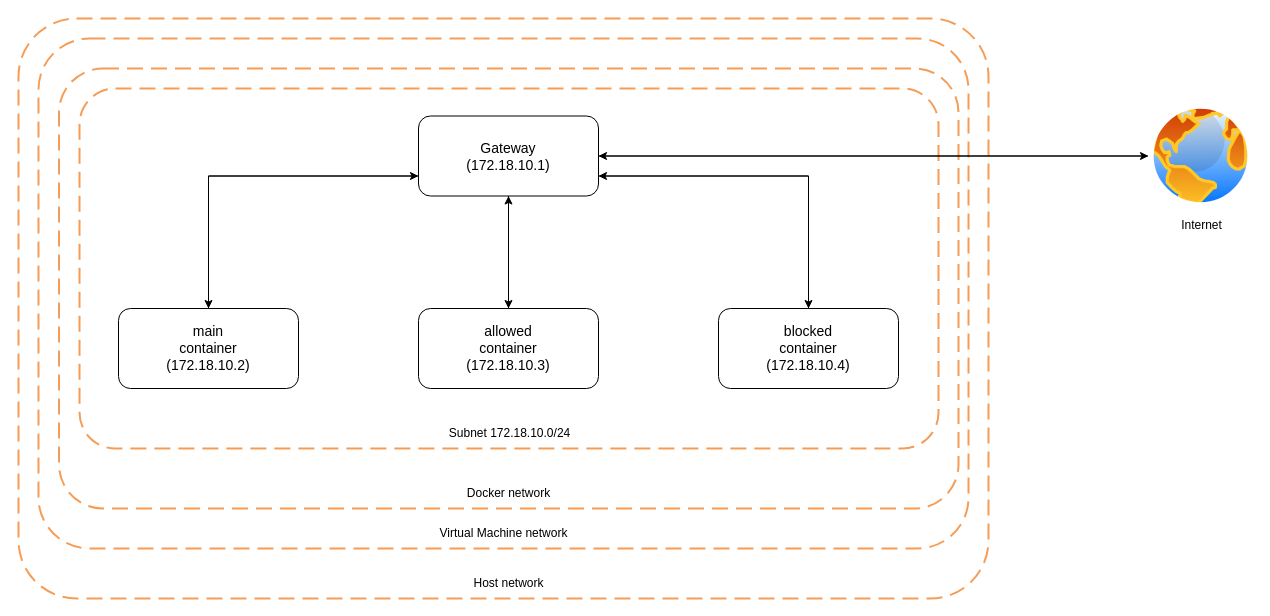
This is page "Page-6" (6 of 6) of Untitled Diagram.drawio from ToanTa0326/next_test, a draw.io file, before an edit. Source tidied: cells renumbered, new cells numbered last; positions are measured from the earlier drawing's top-left corner, leaving out a move shared by most shapes. Both pictures are drawn from the tidied source at 100%, with x=0, y=0 at pixel (18, 18).
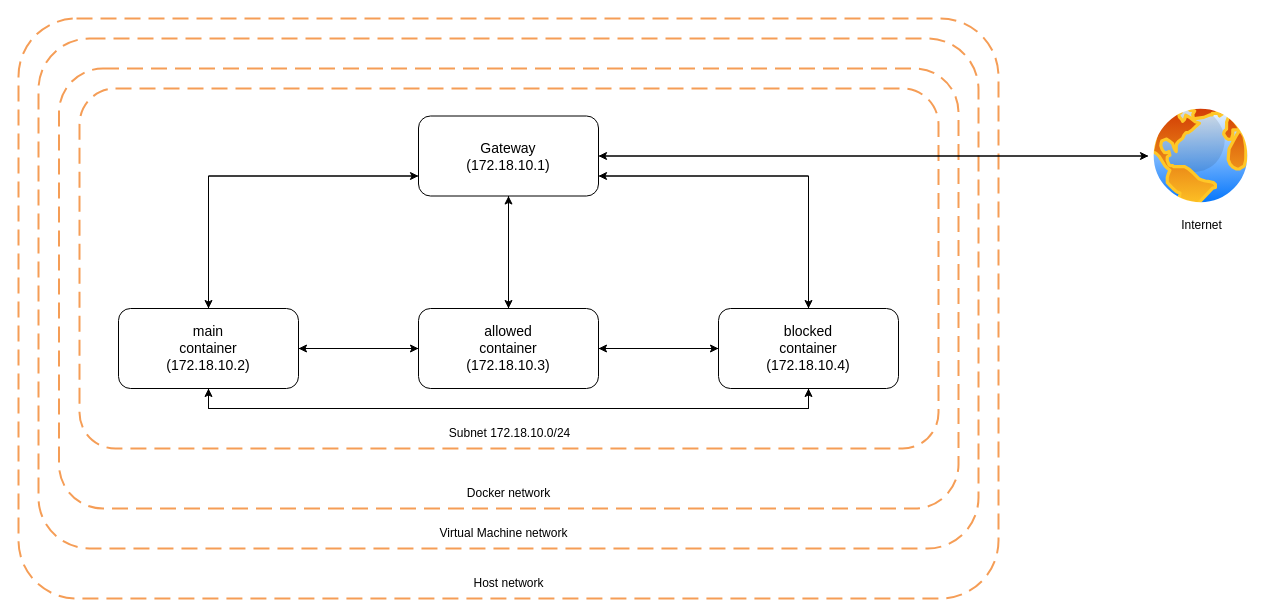
After the change.

Unchanged cells that the change refers to:
```xml
<mxCell id="7" value="&lt;font style=&quot;font-size: 14px;&quot;&gt;main&lt;br&gt;container&lt;br&gt;(172.18.10.2)&lt;/font&gt;" style="rounded=1;whiteSpace=wrap;html=1;" parent="1" vertex="1">
  <mxGeometry x="100" y="290" width="180" height="80" as="geometry" />
</mxCell>
<mxCell id="9" value="&lt;font style=&quot;font-size: 14px;&quot;&gt;allowed&lt;br&gt;container&lt;br&gt;(172.18.10.3)&lt;/font&gt;" style="rounded=1;whiteSpace=wrap;html=1;" parent="1" vertex="1">
  <mxGeometry x="400" y="290" width="180" height="80" as="geometry" />
</mxCell>
<mxCell id="22" value="&lt;font style=&quot;font-size: 14px;&quot;&gt;blocked&lt;br&gt;container&lt;br&gt;(172.18.10.4)&lt;/font&gt;" style="rounded=1;whiteSpace=wrap;html=1;" parent="1" vertex="1">
  <mxGeometry x="700" y="290" width="180" height="80" as="geometry" />
</mxCell>
```

What changed in the source:
```diff
@@
     <mxCell id="2" style="rounded=1;arcSize=10;dashed=1;strokeColor=#F59D56;fillColor=none;gradientColor=none;dashPattern=8 4;strokeWidth=2;" parent="1" vertex="1">
-      <mxGeometry width="970" height="580" as="geometry" />
+      <mxGeometry width="980" height="580" as="geometry" />
     </mxCell>
     <mxCell id="3" style="rounded=1;arcSize=10;dashed=1;strokeColor=#F59D56;fillColor=none;gradientColor=none;dashPattern=8 4;strokeWidth=2;" parent="1" vertex="1">
-      <mxGeometry x="20" y="20" width="930" height="510" as="geometry" />
+      <mxGeometry x="20" y="20" width="940" height="510" as="geometry" />
     </mxCell>
@@
+    <mxCell id="23" style="edgeStyle=orthogonalEdgeStyle;rounded=0;jettySize=auto;html=1;exitX=1;exitY=0.5;exitDx=0;exitDy=0;entryX=0;entryY=0.5;entryDx=0;entryDy=0;" parent="1" edge="1" source="7" target="9">
+      <mxGeometry relative="1" as="geometry" />
+    </mxCell>
+    <mxCell id="24" style="edgeStyle=orthogonalEdgeStyle;rounded=0;jettySize=auto;html=1;exitX=0.5;exitY=1;exitDx=0;exitDy=0;entryX=0.5;entryY=1;entryDx=0;entryDy=0;" parent="1" edge="1" source="7" target="22">
+      <mxGeometry relative="1" as="geometry" />
+    </mxCell>
@@
+    <mxCell id="25" style="edgeStyle=orthogonalEdgeStyle;rounded=0;jettySize=auto;html=1;exitX=0;exitY=0.5;exitDx=0;exitDy=0;entryX=1;entryY=0.5;entryDx=0;entryDy=0;" parent="1" edge="1" source="9" target="7">
+      <mxGeometry relative="1" as="geometry" />
+    </mxCell>
+    <mxCell id="26" style="edgeStyle=orthogonalEdgeStyle;rounded=0;jettySize=auto;html=1;exitX=1;exitY=0.5;exitDx=0;exitDy=0;entryX=0;entryY=0.5;entryDx=0;entryDy=0;" parent="1" edge="1" source="9" target="22">
+      <mxGeometry relative="1" as="geometry" />
+    </mxCell>
@@
+    <mxCell id="27" style="edgeStyle=orthogonalEdgeStyle;rounded=0;jettySize=auto;html=1;exitX=0;exitY=0.5;exitDx=0;exitDy=0;entryX=1;entryY=0.5;entryDx=0;entryDy=0;" parent="1" edge="1" source="22" target="9">
+      <mxGeometry relative="1" as="geometry" />
+    </mxCell>
+    <mxCell id="28" style="edgeStyle=orthogonalEdgeStyle;rounded=0;jettySize=auto;html=1;exitX=0.5;exitY=1;exitDx=0;exitDy=0;entryX=0.5;entryY=1;entryDx=0;entryDy=0;" parent="1" edge="1" source="22" target="7">
+      <mxGeometry relative="1" as="geometry" />
+    </mxCell>
```
